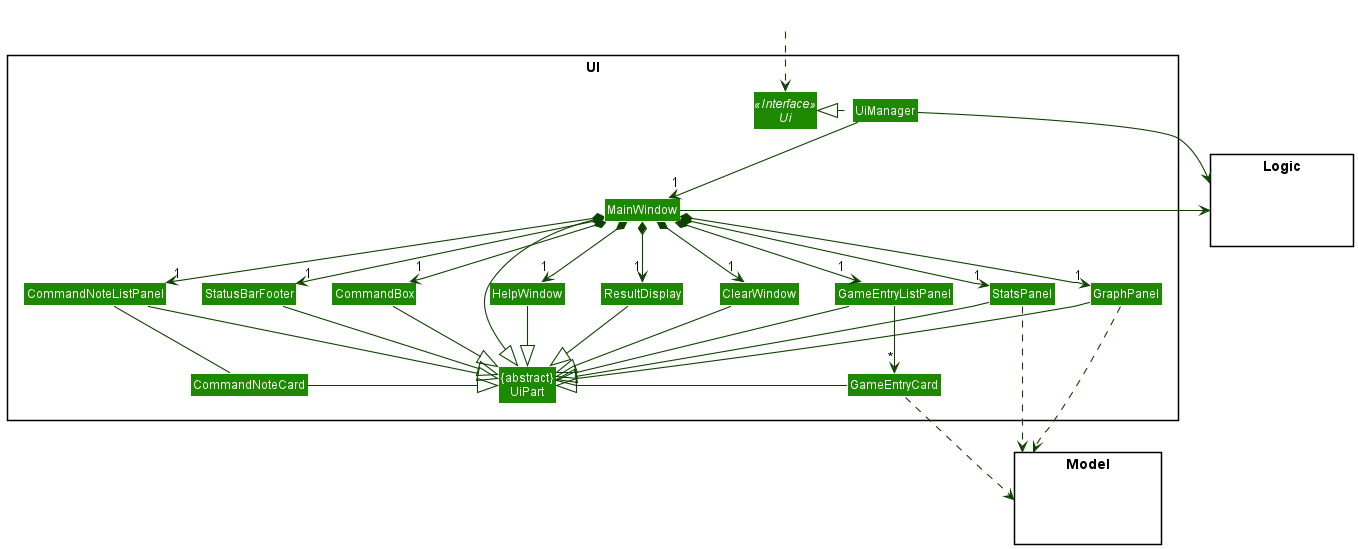
Before: docs/images/UiClassDiagram.png, a diagram exported from PlantUML (yzhilong/tp).
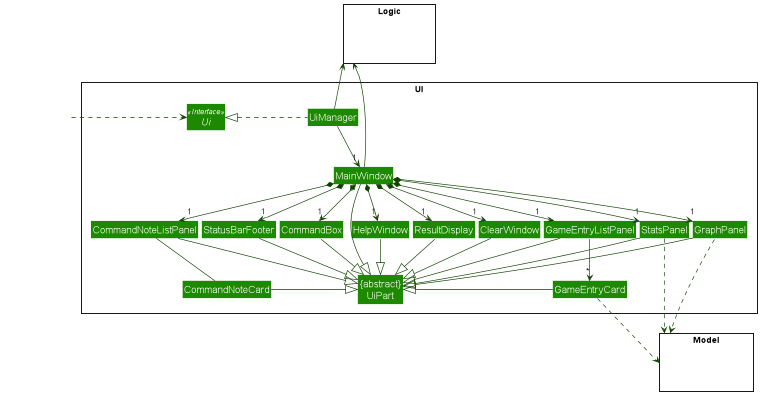
The same diagram one commit later.

Commit message:
Attempt to improve readability of UiClassDiagram

Change to the diagram source:
```diff
@@ -2,6 +2,9 @@
 !include style.puml
 skinparam arrowThickness 1.1
 skinparam arrowColor UI_COLOR_T4
+skinparam classFontSize 17
+skinparam nodesep 5
+
 skinparam classBackgroundColor UI_COLOR
 
 package UI <<Rectangle>>{
@@ -31,7 +34,7 @@
 }
 
 Class HiddenOutside #FFFFFF
-HiddenOutside ..> Ui
+HiddenOutside .right.> Ui
 
 UiManager .left.|> Ui
 UiManager -down-> "1" MainWindow
@@ -65,8 +68,8 @@
 GameEntryCard ..> Model
 StatsPanel ..> Model
 GraphPanel ..> Model
-UiManager -right-> Logic
-MainWindow -left-> Logic
+UiManager -up-> Logic
+MainWindow -up-> Logic
 
 
 MainWindow -[hidden]-|> UiPart
```
